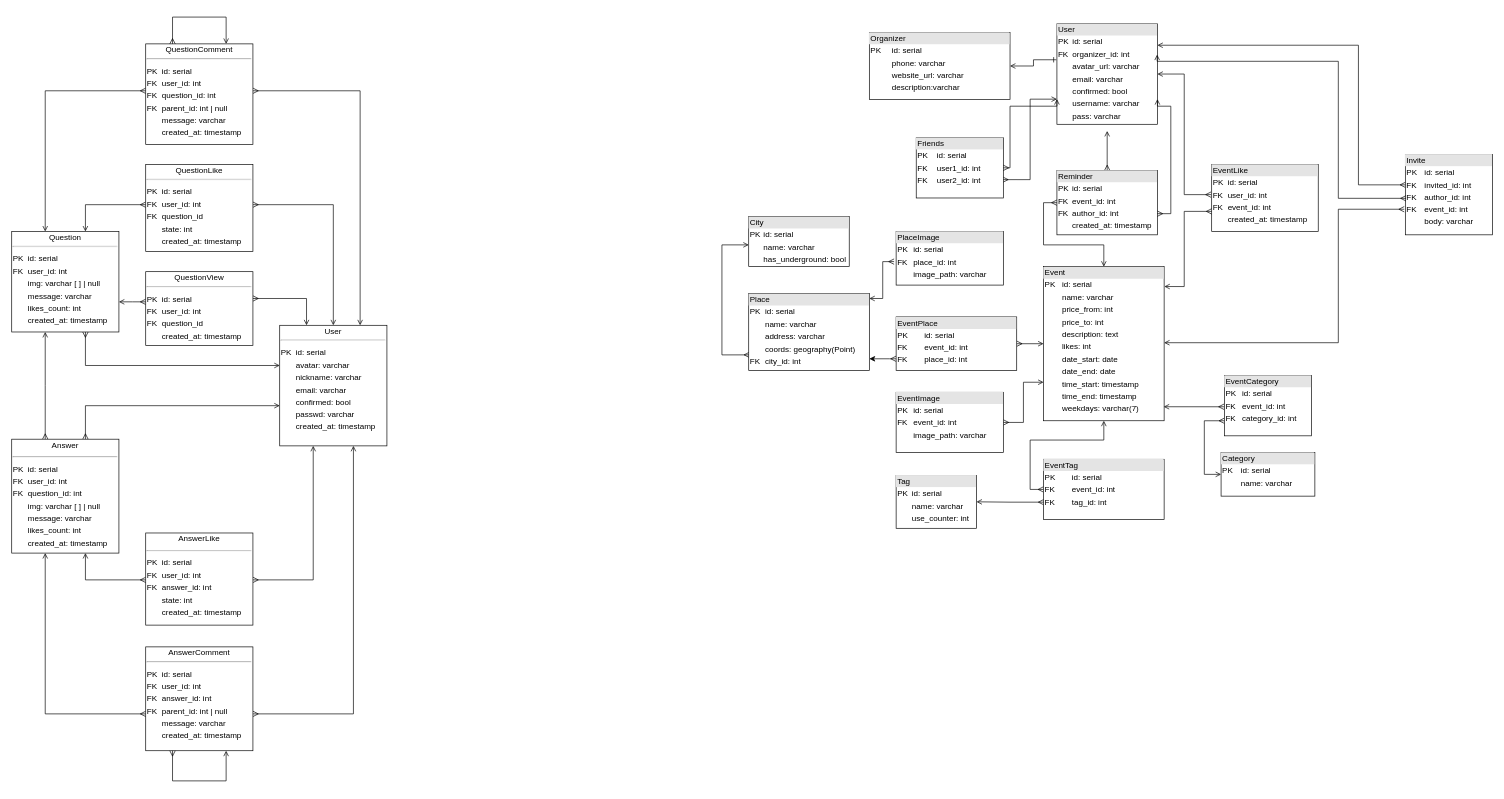
This is db.drawio from mihaillatyshov/TP-Highload-2023H2, a draw.io file, before an edit. Source tidied: cells renumbered, new cells numbered last; positions are measured from the earlier drawing's top-left corner, leaving out a move shared by most shapes. Both pictures are drawn from the tidied source at 67%, with x=0, y=0 at pixel (-82, 17).
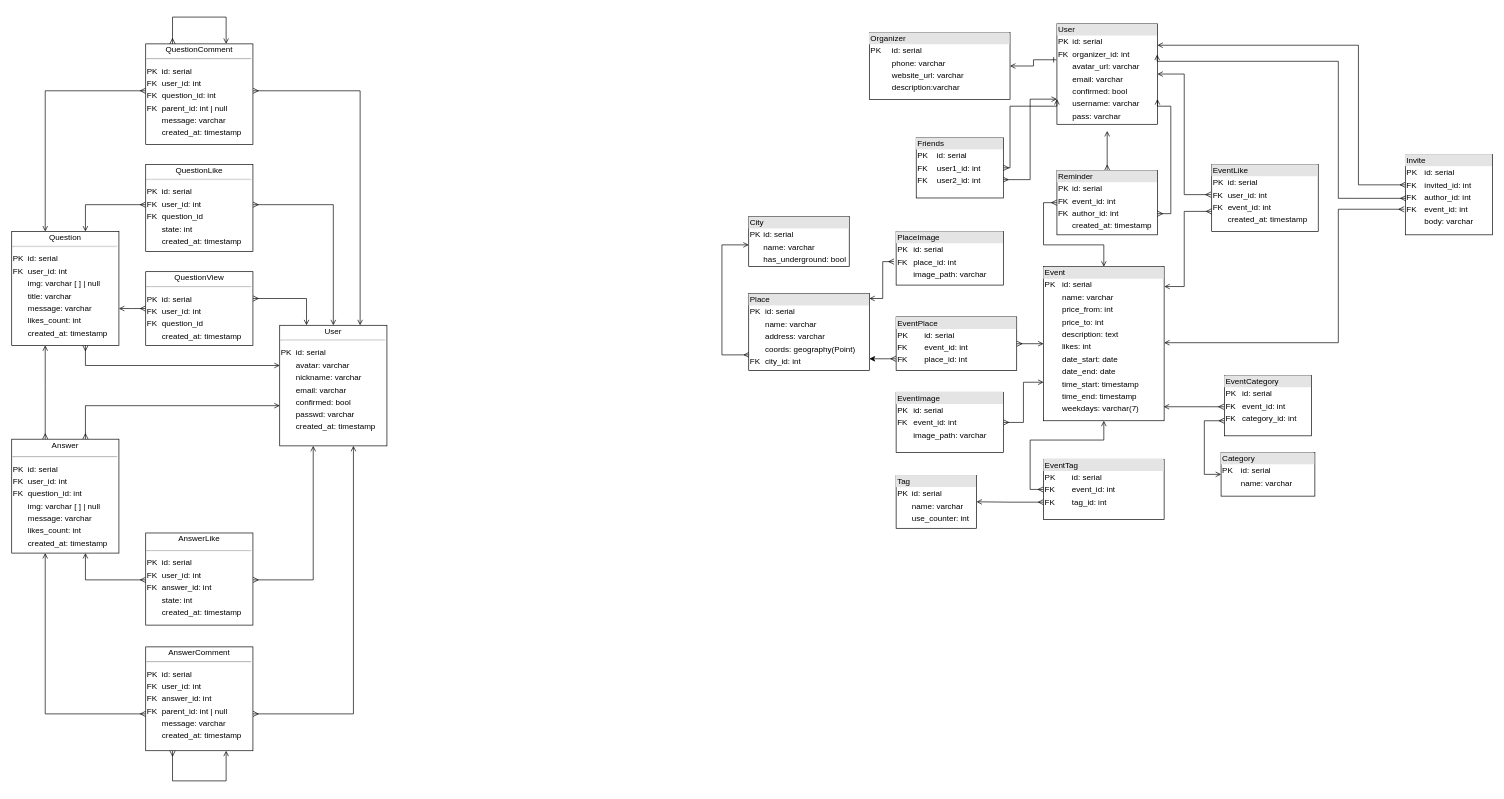
After the change.

Diff of the diagram source:
```diff
@@
-    <mxCell id="41" value="&lt;div style=&quot;text-align: center; box-sizing: border-box; width: 100%; background-image: initial; background-position: initial; background-size: initial; background-repeat: initial; background-attachment: initial; background-origin: initial; background-clip: initial; padding: 2px;&quot;&gt;Question&lt;br&gt;&lt;hr&gt;&lt;/div&gt;&lt;table style=&quot;width:100%;font-size:1em;&quot; cellspacing=&quot;0&quot; cellpadding=&quot;2&quot;&gt;&lt;tbody&gt;&lt;tr&gt;&lt;td&gt;PK&lt;/td&gt;&lt;td&gt;id: serial&lt;br&gt;&lt;/td&gt;&lt;/tr&gt;&lt;tr&gt;&lt;td&gt;FK&lt;/td&gt;&lt;td&gt;user_id: int&lt;/td&gt;&lt;/tr&gt;&lt;tr&gt;&lt;td&gt;&lt;br&gt;&lt;/td&gt;&lt;td&gt;img: varchar [ ] | null&lt;/td&gt;&lt;/tr&gt;&lt;tr&gt;&lt;td&gt;&lt;br&gt;&lt;/td&gt;&lt;td&gt;message: varchar&lt;br&gt;&lt;/td&gt;&lt;/tr&gt;&lt;tr&gt;&lt;td&gt;&lt;br&gt;&lt;/td&gt;&lt;td&gt;likes_count: int&lt;/td&gt;&lt;/tr&gt;&lt;tr&gt;&lt;td&gt;&lt;br&gt;&lt;/td&gt;&lt;td&gt;created_at: timestamp&lt;br&gt;&lt;/td&gt;&lt;/tr&gt;&lt;/tbody&gt;&lt;/table&gt;" style="verticalAlign=top;align=left;overflow=fill;html=1;rounded=0;glass=0;labelBackgroundColor=none;" parent="1" vertex="1">
-      <mxGeometry x="140" y="320" width="160" height="150" as="geometry" />
+    <mxCell id="41" value="&lt;div style=&quot;text-align: center; box-sizing: border-box; width: 100%; background-image: initial; background-position: initial; background-size: initial; background-repeat: initial; background-attachment: initial; background-origin: initial; background-clip: initial; padding: 2px;&quot;&gt;Question&lt;br&gt;&lt;hr&gt;&lt;/div&gt;&lt;table style=&quot;width:100%;font-size:1em;&quot; cellspacing=&quot;0&quot; cellpadding=&quot;2&quot;&gt;&lt;tbody&gt;&lt;tr&gt;&lt;td&gt;PK&lt;/td&gt;&lt;td&gt;id: serial&lt;br&gt;&lt;/td&gt;&lt;/tr&gt;&lt;tr&gt;&lt;td&gt;FK&lt;/td&gt;&lt;td&gt;user_id: int&lt;/td&gt;&lt;/tr&gt;&lt;tr&gt;&lt;td&gt;&lt;br&gt;&lt;/td&gt;&lt;td&gt;img: varchar [ ] | null&lt;/td&gt;&lt;/tr&gt;&lt;tr&gt;&lt;td&gt;&lt;br&gt;&lt;/td&gt;&lt;td&gt;title: varchar&lt;/td&gt;&lt;/tr&gt;&lt;tr&gt;&lt;td&gt;&lt;br&gt;&lt;/td&gt;&lt;td&gt;message: varchar&lt;br&gt;&lt;/td&gt;&lt;/tr&gt;&lt;tr&gt;&lt;td&gt;&lt;br&gt;&lt;/td&gt;&lt;td&gt;likes_count: int&lt;/td&gt;&lt;/tr&gt;&lt;tr&gt;&lt;td&gt;&lt;br&gt;&lt;/td&gt;&lt;td&gt;created_at: timestamp&lt;br&gt;&lt;/td&gt;&lt;/tr&gt;&lt;/tbody&gt;&lt;/table&gt;" style="verticalAlign=top;align=left;overflow=fill;html=1;rounded=0;glass=0;labelBackgroundColor=none;" parent="1" vertex="1">
+      <mxGeometry x="140" y="320" width="160" height="170" as="geometry" />
     </mxCell>
```
